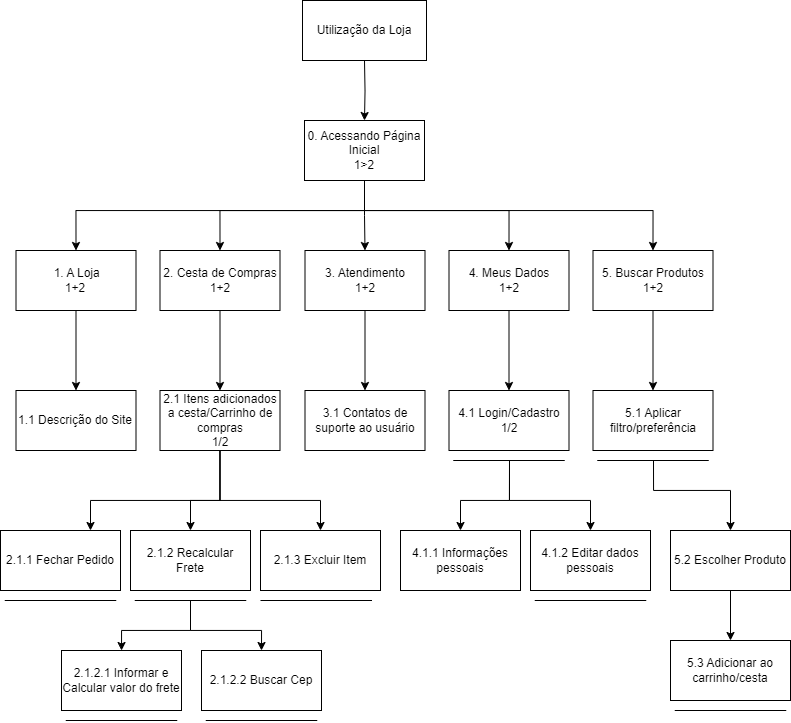
Earlier version of the draw.io export docs/assets/analiseHTA/Análise loja HTA.png (claudiohsc/2024.1-Correios). Source tidied: cells renumbered, new cells last; positions are measured from the earlier drawing's top-left corner, leaving out a move shared by most shapes.
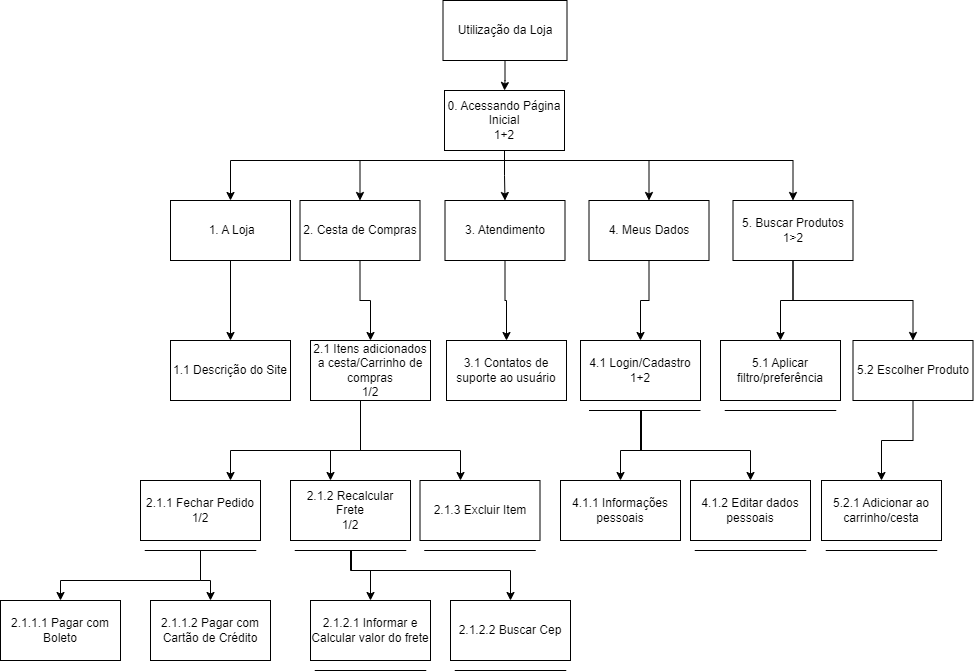
Later version of the same file.

Commit message:
fixing correios analysis

Diff of the diagram source:
```diff
@@ -2,249 +2,269 @@
   <root>
     <mxCell id="0" />
     <mxCell id="1" parent="0" />
-    <mxCell id="2" style="edgeStyle=orthogonalEdgeStyle;rounded=0;jettySize=auto;html=1;" parent="1" edge="1" target="9">
-      <mxGeometry relative="1" as="geometry">
-        <mxPoint x="364" y="60" as="sourcePoint" />
-      </mxGeometry>
+    <mxCell id="2" style="edgeStyle=orthogonalEdgeStyle;rounded=0;jettySize=auto;html=1;" parent="1" edge="1" source="3" target="9">
+      <mxGeometry relative="1" as="geometry" />
     </mxCell>
-    <mxCell id="3" value="&lt;span style=&quot;text-wrap: nowrap;&quot;&gt;Utilização da Loja&lt;/span&gt;" style="rounded=0;whiteSpace=wrap;html=1;" parent="1" vertex="1">
-      <mxGeometry x="302" width="124" height="60" as="geometry" />
-    </mxCell>
     <mxCell id="4" style="edgeStyle=orthogonalEdgeStyle;rounded=0;jettySize=auto;html=1;entryX=0.5;entryY=0;entryDx=0;entryDy=0;" parent="1" edge="1" source="9" target="15">
       <mxGeometry relative="1" as="geometry" />
     </mxCell>
     <mxCell id="5" style="edgeStyle=orthogonalEdgeStyle;rounded=0;jettySize=auto;html=1;entryX=0.5;entryY=0;entryDx=0;entryDy=0;" parent="1" edge="1" source="9" target="13">
       <mxGeometry relative="1" as="geometry">
         <Array as="points">
-          <mxPoint x="364" y="210" />
-          <mxPoint x="220" y="210" />
+          <mxPoint x="515" y="20" />
+          <mxPoint x="371" y="20" />
         </Array>
       </mxGeometry>
     </mxCell>
     <mxCell id="6" style="edgeStyle=orthogonalEdgeStyle;rounded=0;jettySize=auto;html=1;entryX=0.5;entryY=0;entryDx=0;entryDy=0;" parent="1" edge="1" source="9" target="17">
       <mxGeometry relative="1" as="geometry">
         <Array as="points">
-          <mxPoint x="364" y="210" />
-          <mxPoint x="509" y="210" />
+          <mxPoint x="515" y="20" />
+          <mxPoint x="660" y="20" />
         </Array>
       </mxGeometry>
     </mxCell>
     <mxCell id="7" style="edgeStyle=orthogonalEdgeStyle;rounded=0;jettySize=auto;html=1;entryX=0.5;entryY=0;entryDx=0;entryDy=0;" parent="1" edge="1" source="9" target="19">
       <mxGeometry relative="1" as="geometry">
         <Array as="points">
-          <mxPoint x="364" y="210" />
-          <mxPoint x="653" y="210" />
+          <mxPoint x="515" y="20" />
+          <mxPoint x="804" y="20" />
         </Array>
       </mxGeometry>
     </mxCell>
     <mxCell id="8" style="edgeStyle=orthogonalEdgeStyle;rounded=0;jettySize=auto;html=1;entryX=0.5;entryY=0;entryDx=0;entryDy=0;" parent="1" edge="1" source="9" target="11">
       <mxGeometry relative="1" as="geometry">
         <Array as="points">
-          <mxPoint x="364" y="210" />
-          <mxPoint x="76" y="210" />
+          <mxPoint x="515" y="20" />
+          <mxPoint x="241" y="20" />
         </Array>
       </mxGeometry>
     </mxCell>
-    <mxCell id="9" value="0. Acessando Página Inicial&lt;div&gt;1&amp;gt;2&lt;/div&gt;" style="rounded=0;whiteSpace=wrap;html=1;" parent="1" vertex="1">
-      <mxGeometry x="304" y="120" width="120" height="60" as="geometry" />
+    <mxCell id="9" value="0. Acessando Página Inicial&lt;div&gt;1+2&lt;/div&gt;" style="rounded=0;whiteSpace=wrap;html=1;" parent="1" vertex="1">
+      <mxGeometry x="455" y="-50" width="120" height="60" as="geometry" />
     </mxCell>
     <mxCell id="10" style="edgeStyle=orthogonalEdgeStyle;rounded=0;jettySize=auto;html=1;" parent="1" edge="1" source="11" target="20">
       <mxGeometry relative="1" as="geometry" />
     </mxCell>
-    <mxCell id="11" value="&amp;nbsp;1. A Loja&lt;div&gt;1+2&lt;/div&gt;" style="rounded=0;whiteSpace=wrap;html=1;" parent="1" vertex="1">
-      <mxGeometry x="15.5" y="250" width="120" height="60" as="geometry" />
+    <mxCell id="11" value="&amp;nbsp;1. A Loja" style="rounded=0;whiteSpace=wrap;html=1;" parent="1" vertex="1">
+      <mxGeometry x="181" y="60" width="120" height="60" as="geometry" />
     </mxCell>
     <mxCell id="12" style="edgeStyle=orthogonalEdgeStyle;rounded=0;jettySize=auto;html=1;" parent="1" edge="1" source="13" target="24">
       <mxGeometry relative="1" as="geometry" />
     </mxCell>
-    <mxCell id="13" value="2. Cesta de Compras&lt;div&gt;1+2&lt;/div&gt;" style="rounded=0;whiteSpace=wrap;html=1;" parent="1" vertex="1">
-      <mxGeometry x="159.5" y="250" width="120" height="60" as="geometry" />
+    <mxCell id="13" value="2. Cesta de Compras" style="rounded=0;whiteSpace=wrap;html=1;" parent="1" vertex="1">
+      <mxGeometry x="310.5" y="60" width="120" height="60" as="geometry" />
     </mxCell>
     <mxCell id="14" style="edgeStyle=orthogonalEdgeStyle;rounded=0;jettySize=auto;html=1;" parent="1" edge="1" source="15" target="25">
       <mxGeometry relative="1" as="geometry" />
     </mxCell>
-    <mxCell id="15" value="3.&amp;nbsp;&lt;span style=&quot;background-color: initial;&quot;&gt;Atendimento&lt;/span&gt;&lt;div&gt;&lt;div&gt;1+2&lt;/div&gt;&lt;/div&gt;" style="rounded=0;whiteSpace=wrap;html=1;" parent="1" vertex="1">
-      <mxGeometry x="304.5" y="250" width="120" height="60" as="geometry" />
+    <mxCell id="15" value="3.&amp;nbsp;&lt;span style=&quot;background-color: initial;&quot;&gt;Atendimento&lt;/span&gt;" style="rounded=0;whiteSpace=wrap;html=1;" parent="1" vertex="1">
+      <mxGeometry x="455.5" y="60" width="120" height="60" as="geometry" />
     </mxCell>
     <mxCell id="16" style="edgeStyle=orthogonalEdgeStyle;rounded=0;jettySize=auto;html=1;" parent="1" edge="1" source="17" target="28">
       <mxGeometry relative="1" as="geometry" />
     </mxCell>
-    <mxCell id="17" value="4. Meus Dados&lt;div&gt;1+2&lt;/div&gt;" style="rounded=0;whiteSpace=wrap;html=1;" parent="1" vertex="1">
-      <mxGeometry x="448.5" y="250" width="120" height="60" as="geometry" />
+    <mxCell id="17" value="4. Meus Dados" style="rounded=0;whiteSpace=wrap;html=1;" parent="1" vertex="1">
+      <mxGeometry x="599.5" y="60" width="120" height="60" as="geometry" />
     </mxCell>
-    <mxCell id="18" style="edgeStyle=orthogonalEdgeStyle;rounded=0;jettySize=auto;html=1;" parent="1" edge="1" source="19" target="32">
+    <mxCell id="18" style="edgeStyle=orthogonalEdgeStyle;rounded=0;jettySize=auto;html=1;exitX=0.5;exitY=1;exitDx=0;exitDy=0;" parent="1" edge="1" source="19" target="32">
       <mxGeometry relative="1" as="geometry" />
     </mxCell>
+    <mxCell id="52" style="edgeStyle=orthogonalEdgeStyle;rounded=0;jettySize=auto;html=1;exitX=0.5;exitY=1;exitDx=0;exitDy=0;entryX=0.5;entryY=0;entryDx=0;entryDy=0;" parent="1" edge="1" source="19" target="45">
+      <mxGeometry relative="1" as="geometry" />
+    </mxCell>
-    <mxCell id="19" value="5. Buscar Produtos&lt;div&gt;1+2&lt;/div&gt;" style="rounded=0;whiteSpace=wrap;html=1;" parent="1" vertex="1">
-      <mxGeometry x="592.5" y="250" width="120" height="60" as="geometry" />
+    <mxCell id="19" value="5. Buscar Produtos&lt;div&gt;1&amp;gt;2&lt;/div&gt;" style="rounded=0;whiteSpace=wrap;html=1;" parent="1" vertex="1">
+      <mxGeometry x="743.5" y="60" width="120" height="60" as="geometry" />
     </mxCell>
     <mxCell id="20" value="1.1 Descrição do Site" style="rounded=0;whiteSpace=wrap;html=1;" parent="1" vertex="1">
-      <mxGeometry x="15.5" y="390" width="120" height="60" as="geometry" />
+      <mxGeometry x="181" y="200" width="120" height="60" as="geometry" />
     </mxCell>
     <mxCell id="21" style="edgeStyle=orthogonalEdgeStyle;rounded=0;jettySize=auto;html=1;" parent="1" edge="1" source="24" target="39">
       <mxGeometry relative="1" as="geometry">
         <Array as="points">
-          <mxPoint x="220" y="500" />
-          <mxPoint x="90" y="500" />
+          <mxPoint x="371" y="310" />
+          <mxPoint x="241" y="310" />
         </Array>
       </mxGeometry>
     </mxCell>
     <mxCell id="22" style="edgeStyle=orthogonalEdgeStyle;rounded=0;jettySize=auto;html=1;" parent="1" edge="1" source="24" target="38">
       <mxGeometry relative="1" as="geometry">
         <Array as="points">
-          <mxPoint x="220" y="500" />
-          <mxPoint x="190" y="500" />
+          <mxPoint x="371" y="310" />
+          <mxPoint x="341" y="310" />
         </Array>
       </mxGeometry>
     </mxCell>
     <mxCell id="23" style="edgeStyle=orthogonalEdgeStyle;rounded=0;jettySize=auto;html=1;" parent="1" edge="1" source="24" target="40">
       <mxGeometry relative="1" as="geometry">
         <Array as="points">
-          <mxPoint x="220" y="500" />
-          <mxPoint x="320" y="500" />
+          <mxPoint x="371" y="310" />
+          <mxPoint x="471" y="310" />
         </Array>
       </mxGeometry>
     </mxCell>
     <mxCell id="24" value="2.1 Itens adicionados a cesta/Carrinho de compras&lt;div&gt;1/2&lt;/div&gt;" style="rounded=0;whiteSpace=wrap;html=1;" parent="1" vertex="1">
-      <mxGeometry x="159.5" y="390" width="120" height="60" as="geometry" />
+      <mxGeometry x="321" y="200" width="120" height="60" as="geometry" />
     </mxCell>
     <mxCell id="25" value="3.1 Contatos de suporte ao usuário" style="rounded=0;whiteSpace=wrap;html=1;" parent="1" vertex="1">
-      <mxGeometry x="304.5" y="390" width="120" height="60" as="geometry" />
+      <mxGeometry x="457" y="200" width="120" height="60" as="geometry" />
     </mxCell>
-    <mxCell id="26" style="edgeStyle=orthogonalEdgeStyle;rounded=0;jettySize=auto;html=1;entryX=0.5;entryY=0;entryDx=0;entryDy=0;" parent="1" edge="1" target="29">
-      <mxGeometry relative="1" as="geometry">
-        <mxPoint x="509" y="460" as="sourcePoint" />
-        <Array as="points">
-          <mxPoint x="509" y="500" />
-          <mxPoint x="460" y="500" />
-        </Array>
-      </mxGeometry>
-    </mxCell>
-    <mxCell id="27" style="edgeStyle=orthogonalEdgeStyle;rounded=0;jettySize=auto;html=1;entryX=0.5;entryY=0;entryDx=0;entryDy=0;" parent="1" edge="1" target="34">
-      <mxGeometry relative="1" as="geometry">
-        <mxPoint x="509" y="460" as="sourcePoint" />
-        <Array as="points">
-          <mxPoint x="509" y="500" />
-          <mxPoint x="590" y="500" />
-        </Array>
-      </mxGeometry>
-    </mxCell>
+    <mxCell id="53" style="edgeStyle=orthogonalEdgeStyle;rounded=0;jettySize=auto;html=1;entryX=0.5;entryY=0;entryDx=0;entryDy=0;" parent="1" edge="1" target="29">
+      <mxGeometry relative="1" as="geometry">
+        <mxPoint x="651" y="270" as="sourcePoint" />
+        <Array as="points">
+          <mxPoint x="652" y="270" />
+          <mxPoint x="652" y="310" />
+          <mxPoint x="631" y="310" />
+        </Array>
+      </mxGeometry>
+    </mxCell>
+    <mxCell id="54" style="edgeStyle=orthogonalEdgeStyle;rounded=0;jettySize=auto;html=1;entryX=0.5;entryY=0;entryDx=0;entryDy=0;" parent="1" edge="1" target="34">
+      <mxGeometry relative="1" as="geometry">
+        <mxPoint x="651" y="270" as="sourcePoint" />
+        <Array as="points">
+          <mxPoint x="651" y="310" />
+          <mxPoint x="761" y="310" />
+        </Array>
+      </mxGeometry>
+    </mxCell>
-    <mxCell id="28" value="4.1 Login/Cadastro&lt;div&gt;1/2&lt;/div&gt;" style="rounded=0;whiteSpace=wrap;html=1;" parent="1" vertex="1">
-      <mxGeometry x="448.5" y="390" width="120" height="60" as="geometry" />
+    <mxCell id="28" value="4.1 Login/Cadastro&lt;div&gt;1+2&lt;/div&gt;" style="rounded=0;whiteSpace=wrap;html=1;" parent="1" vertex="1">
+      <mxGeometry x="591" y="200" width="120" height="60" as="geometry" />
     </mxCell>
     <mxCell id="29" value="4.1.1 Informações pessoais" style="rounded=0;whiteSpace=wrap;html=1;" parent="1" vertex="1">
-      <mxGeometry x="400" y="530" width="120" height="60" as="geometry" />
+      <mxGeometry x="571" y="340" width="120" height="60" as="geometry" />
     </mxCell>
     <mxCell id="30" style="endArrow=none;html=1;rounded=0;" parent="1" edge="1">
       <mxGeometry relative="1" as="geometry">
-        <mxPoint x="452.8" y="460" as="sourcePoint" />
-        <mxPoint x="564.2" y="460" as="targetPoint" />
+        <mxPoint x="599.5" y="270" as="sourcePoint" />
+        <mxPoint x="711" y="270" as="targetPoint" />
       </mxGeometry>
     </mxCell>
-    <mxCell id="31" style="edgeStyle=orthogonalEdgeStyle;rounded=0;jettySize=auto;html=1;entryX=0.5;entryY=0;entryDx=0;entryDy=0;" parent="1" edge="1" target="45">
-      <mxGeometry relative="1" as="geometry">
-        <mxPoint x="653" y="460" as="sourcePoint" />
-        <Array as="points">
-          <mxPoint x="653" y="490" />
-          <mxPoint x="730" y="490" />
-        </Array>
-      </mxGeometry>
-    </mxCell>
     <mxCell id="32" value="5.1 Aplicar filtro/preferência" style="rounded=0;whiteSpace=wrap;html=1;" parent="1" vertex="1">
-      <mxGeometry x="592.5" y="390" width="120" height="60" as="geometry" />
+      <mxGeometry x="731" y="200" width="120" height="60" as="geometry" />
     </mxCell>
     <mxCell id="33" style="endArrow=none;html=1;rounded=0;" parent="1" edge="1">
       <mxGeometry relative="1" as="geometry">
-        <mxPoint x="596.8" y="460" as="sourcePoint" />
-        <mxPoint x="708.2" y="460" as="targetPoint" />
+        <mxPoint x="735.2" y="270" as="sourcePoint" />
+        <mxPoint x="846.8" y="270" as="targetPoint" />
       </mxGeometry>
     </mxCell>
     <mxCell id="34" value="4.1.2 Editar dados pessoais" style="rounded=0;whiteSpace=wrap;html=1;" parent="1" vertex="1">
-      <mxGeometry x="530" y="530" width="120" height="60" as="geometry" />
+      <mxGeometry x="701" y="340" width="120" height="60" as="geometry" />
     </mxCell>
     <mxCell id="35" style="endArrow=none;html=1;rounded=0;" parent="1" edge="1">
       <mxGeometry relative="1" as="geometry">
-        <mxPoint x="534.2" y="600" as="sourcePoint" />
-        <mxPoint x="645.8" y="600" as="targetPoint" />
+        <mxPoint x="705.2" y="410" as="sourcePoint" />
+        <mxPoint x="816.8" y="410" as="targetPoint" />
       </mxGeometry>
     </mxCell>
-    <mxCell id="36" style="edgeStyle=orthogonalEdgeStyle;rounded=0;jettySize=auto;html=1;" parent="1" edge="1" target="48">
-      <mxGeometry relative="1" as="geometry">
-        <mxPoint x="190" y="600" as="sourcePoint" />
-        <Array as="points">
-          <mxPoint x="190" y="630" />
-          <mxPoint x="121" y="630" />
-        </Array>
-      </mxGeometry>
-    </mxCell>
-    <mxCell id="37" style="edgeStyle=orthogonalEdgeStyle;rounded=0;jettySize=auto;html=1;entryX=0.5;entryY=0;entryDx=0;entryDy=0;" parent="1" edge="1" target="49">
-      <mxGeometry relative="1" as="geometry">
-        <mxPoint x="190" y="600" as="sourcePoint" />
-        <Array as="points">
-          <mxPoint x="190" y="630" />
-          <mxPoint x="261" y="630" />
-        </Array>
-      </mxGeometry>
-    </mxCell>
+    <mxCell id="55" style="edgeStyle=orthogonalEdgeStyle;rounded=0;jettySize=auto;html=1;entryX=0.5;entryY=0;entryDx=0;entryDy=0;" parent="1" edge="1" target="48">
+      <mxGeometry relative="1" as="geometry">
+        <mxPoint x="361" y="410" as="sourcePoint" />
+        <Array as="points">
+          <mxPoint x="362" y="410" />
+          <mxPoint x="362" y="430" />
+          <mxPoint x="381" y="430" />
+        </Array>
+      </mxGeometry>
+    </mxCell>
+    <mxCell id="56" style="edgeStyle=orthogonalEdgeStyle;rounded=0;jettySize=auto;html=1;entryX=0.5;entryY=0;entryDx=0;entryDy=0;" parent="1" edge="1" target="49">
+      <mxGeometry relative="1" as="geometry">
+        <mxPoint x="361" y="410" as="sourcePoint" />
+        <Array as="points">
+          <mxPoint x="361" y="430" />
+          <mxPoint x="521" y="430" />
+        </Array>
+      </mxGeometry>
+    </mxCell>
-    <mxCell id="38" value="2.1.2 Recalcular Frete" style="rounded=0;whiteSpace=wrap;html=1;" parent="1" vertex="1">
-      <mxGeometry x="130" y="530" width="120" height="60" as="geometry" />
+    <mxCell id="38" value="2.1.2 Recalcular Frete&lt;div&gt;1/2&lt;/div&gt;" style="rounded=0;whiteSpace=wrap;html=1;" parent="1" vertex="1">
+      <mxGeometry x="301" y="340" width="120" height="60" as="geometry" />
     </mxCell>
+    <mxCell id="57" style="edgeStyle=orthogonalEdgeStyle;rounded=0;jettySize=auto;html=1;" parent="1" edge="1" target="59">
+      <mxGeometry relative="1" as="geometry">
+        <mxPoint x="241" y="410" as="sourcePoint" />
+        <Array as="points">
+          <mxPoint x="211" y="410" />
+          <mxPoint x="211" y="440" />
+          <mxPoint x="71" y="440" />
+        </Array>
+      </mxGeometry>
+    </mxCell>
+    <mxCell id="58" style="edgeStyle=orthogonalEdgeStyle;rounded=0;jettySize=auto;html=1;" parent="1" edge="1" target="60">
+      <mxGeometry relative="1" as="geometry">
+        <mxPoint x="241" y="410" as="sourcePoint" />
+        <Array as="points">
+          <mxPoint x="211" y="410" />
+          <mxPoint x="211" y="440" />
+          <mxPoint x="221" y="440" />
+        </Array>
+      </mxGeometry>
+    </mxCell>
-    <mxCell id="39" value="2.1.1 Fechar Pedido" style="rounded=0;whiteSpace=wrap;html=1;" parent="1" vertex="1">
-      <mxGeometry y="530" width="120" height="60" as="geometry" />
+    <mxCell id="39" value="2.1.1 Fechar Pedido&lt;div&gt;1/2&lt;/div&gt;" style="rounded=0;whiteSpace=wrap;html=1;" parent="1" vertex="1">
+      <mxGeometry x="151" y="340" width="120" height="60" as="geometry" />
     </mxCell>
     <mxCell id="40" value="2.1.3 Excluir Item" style="rounded=0;whiteSpace=wrap;html=1;" parent="1" vertex="1">
-      <mxGeometry x="260" y="530" width="120" height="60" as="geometry" />
+      <mxGeometry x="430.5" y="340" width="120" height="60" as="geometry" />
     </mxCell>
     <mxCell id="41" style="endArrow=none;html=1;rounded=0;" parent="1" edge="1">
       <mxGeometry relative="1" as="geometry">
-        <mxPoint x="4.2" y="600" as="sourcePoint" />
-        <mxPoint x="115.8" y="600" as="targetPoint" />
+        <mxPoint x="155.2" y="410" as="sourcePoint" />
+        <mxPoint x="266.8" y="410" as="targetPoint" />
       </mxGeometry>
     </mxCell>
     <mxCell id="42" style="endArrow=none;html=1;rounded=0;" parent="1" edge="1">
       <mxGeometry relative="1" as="geometry">
-        <mxPoint x="134.2" y="600" as="sourcePoint" />
-        <mxPoint x="245.8" y="600" as="targetPoint" />
+        <mxPoint x="305.2" y="410" as="sourcePoint" />
+        <mxPoint x="416.8" y="410" as="targetPoint" />
       </mxGeometry>
     </mxCell>
     <mxCell id="43" style="endArrow=none;html=1;rounded=0;" parent="1" edge="1">
       <mxGeometry relative="1" as="geometry">
-        <mxPoint x="260" y="600" as="sourcePoint" />
-        <mxPoint x="371.5" y="600" as="targetPoint" />
+        <mxPoint x="434.8" y="410" as="sourcePoint" />
+        <mxPoint x="546.2" y="410" as="targetPoint" />
       </mxGeometry>
     </mxCell>
     <mxCell id="44" style="edgeStyle=orthogonalEdgeStyle;rounded=0;jettySize=auto;html=1;" parent="1" edge="1" source="45" target="46">
       <mxGeometry relative="1" as="geometry" />
     </mxCell>
     <mxCell id="45" value="5.2 Escolher Produto" style="rounded=0;whiteSpace=wrap;html=1;" parent="1" vertex="1">
-      <mxGeometry x="670" y="530" width="120" height="60" as="geometry" />
+      <mxGeometry x="863.5" y="200" width="120" height="60" as="geometry" />
     </mxCell>
-    <mxCell id="46" value="5.3 Adicionar ao carrinho/cesta" style="rounded=0;whiteSpace=wrap;html=1;" parent="1" vertex="1">
-      <mxGeometry x="670" y="640" width="120" height="60" as="geometry" />
+    <mxCell id="46" value="5.2.1 Adicionar ao carrinho/cesta" style="rounded=0;whiteSpace=wrap;html=1;" parent="1" vertex="1">
+      <mxGeometry x="832" y="340" width="120" height="60" as="geometry" />
     </mxCell>
     <mxCell id="47" style="endArrow=none;html=1;rounded=0;" parent="1" edge="1">
       <mxGeometry relative="1" as="geometry">
-        <mxPoint x="674.2" y="710" as="sourcePoint" />
-        <mxPoint x="785.8" y="710" as="targetPoint" />
+        <mxPoint x="836.2" y="410" as="sourcePoint" />
+        <mxPoint x="947.8" y="410" as="targetPoint" />
       </mxGeometry>
     </mxCell>
     <mxCell id="48" value="2.1.2.1 Informar e Calcular valor do frete" style="rounded=0;whiteSpace=wrap;html=1;" parent="1" vertex="1">
-      <mxGeometry x="61" y="650" width="120" height="60" as="geometry" />
+      <mxGeometry x="321" y="460" width="120" height="60" as="geometry" />
     </mxCell>
     <mxCell id="49" value="2.1.2.2 Buscar Cep" style="rounded=0;whiteSpace=wrap;html=1;" parent="1" vertex="1">
-      <mxGeometry x="201" y="650" width="120" height="60" as="geometry" />
+      <mxGeometry x="461" y="460" width="120" height="60" as="geometry" />
     </mxCell>
     <mxCell id="50" style="endArrow=none;html=1;rounded=0;" parent="1" edge="1">
       <mxGeometry relative="1" as="geometry">
-        <mxPoint x="65.2" y="720" as="sourcePoint" />
-        <mxPoint x="176.8" y="720" as="targetPoint" />
+        <mxPoint x="325.2" y="530" as="sourcePoint" />
+        <mxPoint x="436.8" y="530" as="targetPoint" />
       </mxGeometry>
     </mxCell>
     <mxCell id="51" style="endArrow=none;html=1;rounded=0;" parent="1" edge="1">
       <mxGeometry relative="1" as="geometry">
-        <mxPoint x="205.2" y="720" as="sourcePoint" />
-        <mxPoint x="316.8" y="720" as="targetPoint" />
+        <mxPoint x="465.2" y="530" as="sourcePoint" />
+        <mxPoint x="576.8" y="530" as="targetPoint" />
       </mxGeometry>
     </mxCell>
+    <mxCell id="3" value="&lt;span style=&quot;text-wrap: nowrap;&quot;&gt;Utilização da Loja&lt;/span&gt;" style="rounded=0;whiteSpace=wrap;html=1;" parent="1" vertex="1">
+      <mxGeometry x="453.5" y="-140" width="124" height="60" as="geometry" />
+    </mxCell>
+    <mxCell id="59" value="2.1.1.1 Pagar com Boleto" style="rounded=0;whiteSpace=wrap;html=1;" parent="1" vertex="1">
+      <mxGeometry x="11" y="460" width="120" height="60" as="geometry" />
+    </mxCell>
+    <mxCell id="60" value="2.1.1.2 Pagar com Cartão de Crédito" style="rounded=0;whiteSpace=wrap;html=1;" parent="1" vertex="1">
+      <mxGeometry x="161" y="460" width="120" height="60" as="geometry" />
+    </mxCell>
   </root>
 </mxGraphModel>
```
